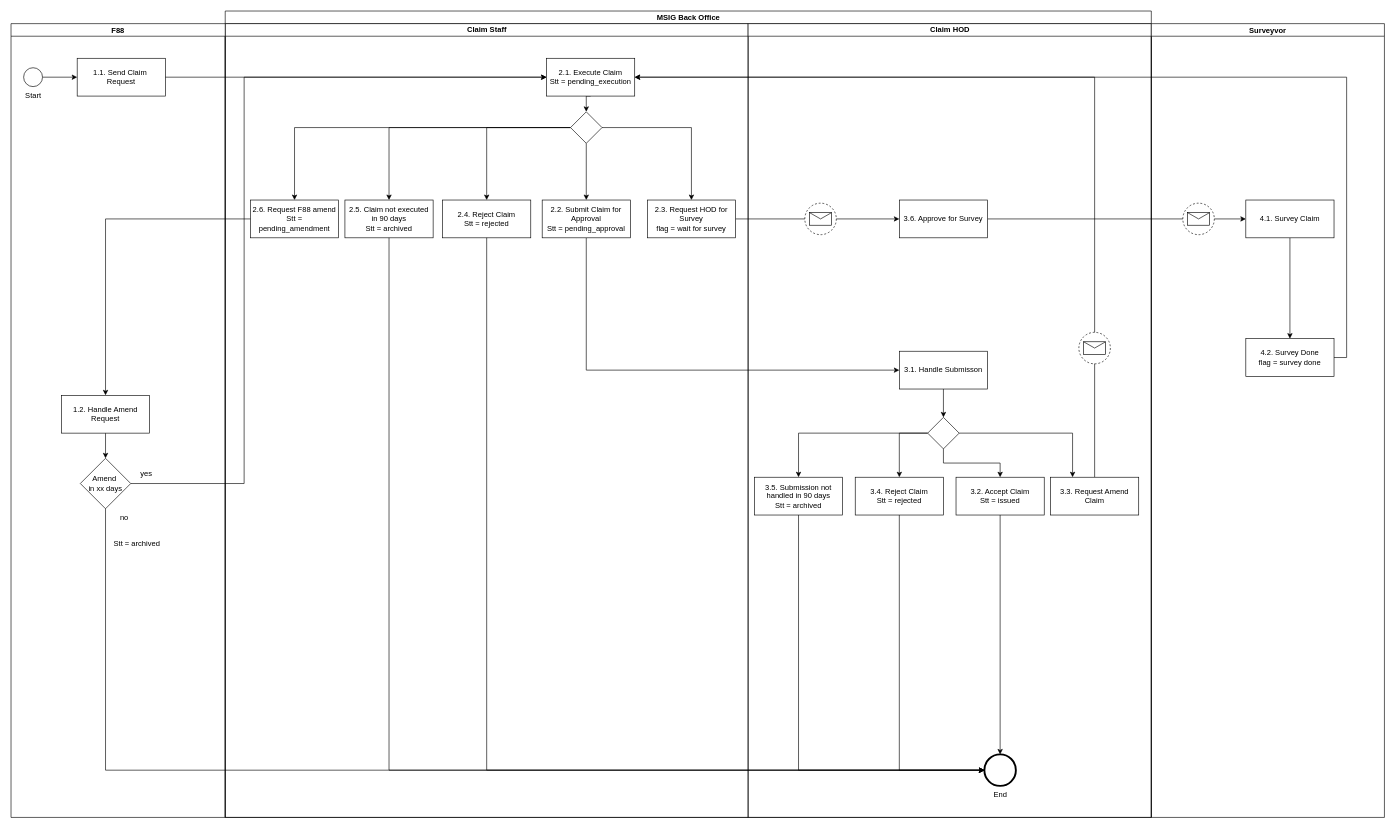
Chris-25/Book keeps this draw.io diagram as Copy of Untitled Diagram.drawio. Above is the earlier version. Source tidied: cells renumbered, new cells numbered last; positions are measured from the earlier drawing's top-left corner, leaving out a move shared by most shapes. Both pictures are drawn from the tidied source at 63%, with x=0, y=0 at pixel (11, 11).
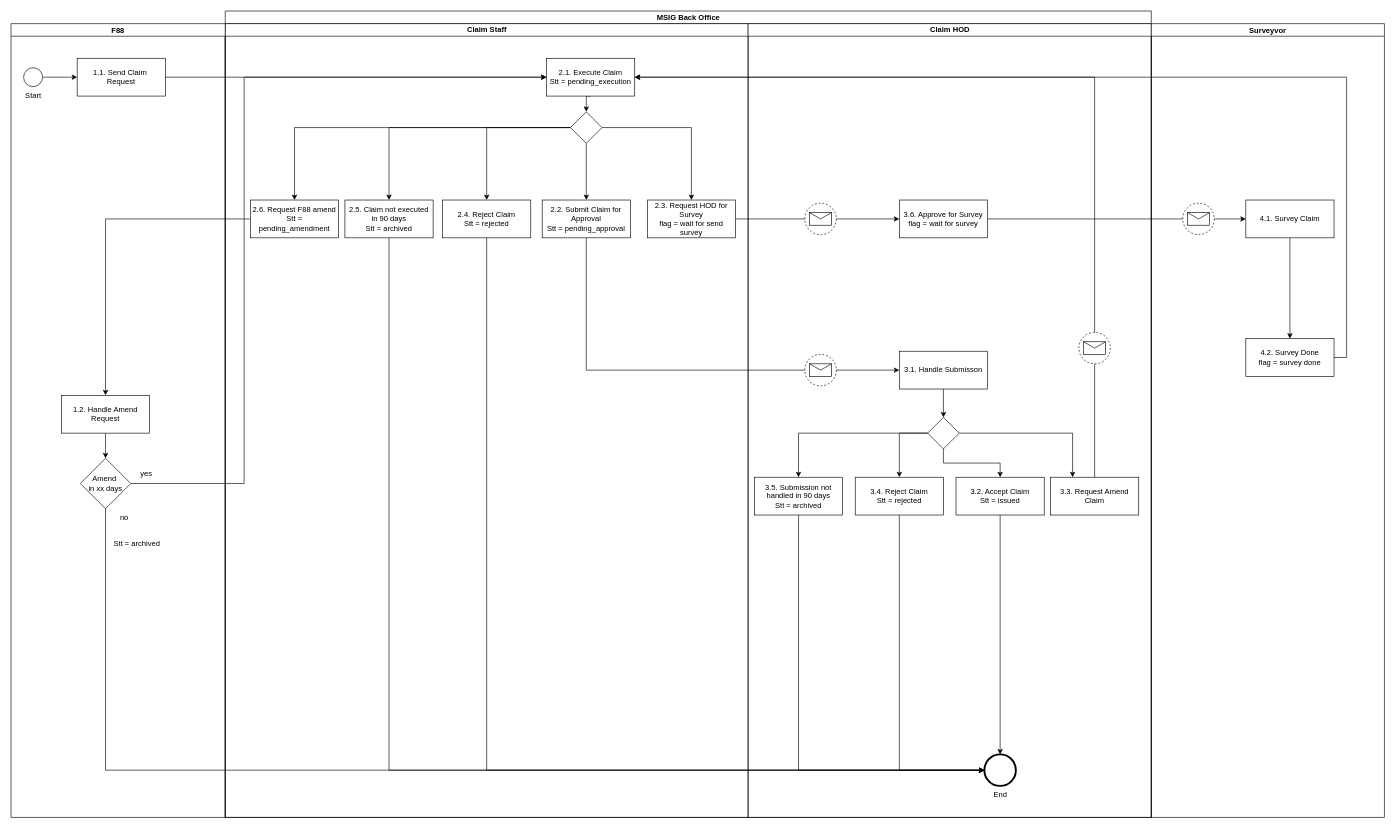
Above is the later version.

Unchanged cells that the change refers to:
```xml
<mxCell id="7" value="Claim Staff" style="swimlane;html=1;startSize=20;" parent="3" vertex="1">
  <mxGeometry y="20" width="830" height="1260" as="geometry" />
</mxCell>
<mxCell id="23" value="Claim HOD" style="swimlane;html=1;startSize=20;" parent="3" vertex="1">
  <mxGeometry x="830" y="20" width="640" height="1260" as="geometry" />
</mxCell>
```

Change to the diagram source:
```diff
@@
-    <mxCell id="18" value="2.3. Request HOD for Survey&lt;br&gt;flag = wait for survey" style="rounded=0;whiteSpace=wrap;html=1;" parent="7" vertex="1">
+    <mxCell id="18" value="2.3. Request HOD for Survey&lt;br&gt;flag = wait for send survey" style="rounded=0;whiteSpace=wrap;html=1;" parent="7" vertex="1">
       <mxGeometry x="670" y="280" width="140" height="60" as="geometry" />
     </mxCell>
@@
-    <mxCell id="24" value="3.6. Approve for Survey" style="rounded=0;whiteSpace=wrap;html=1;" parent="23" vertex="1">
+    <mxCell id="24" value="3.6. Approve for Survey&lt;br&gt;flag = wait for survey" style="rounded=0;whiteSpace=wrap;html=1;" parent="23" vertex="1">
       <mxGeometry x="240" y="280" width="140" height="60" as="geometry" />
     </mxCell>
@@
+    <mxCell id="63" style="shape=mxgraph.bpmn.event;html=1;verticalLabelPosition=bottom;labelBackgroundColor=#ffffff;verticalAlign=top;align=center;perimeter=ellipsePerimeter;outline=eventNonint;symbol=message;" parent="23" vertex="1">
+      <mxGeometry x="90" y="525" width="50" height="50" as="geometry" />
+    </mxCell>
```
